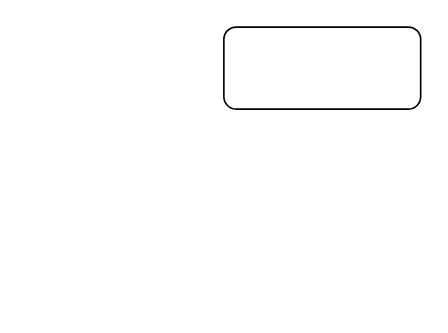
Above: Testing123.drawio in martinju/diagrams (draw.io), before the change. Source tidied: cells renumbered, new cells numbered last; positions are measured from the earlier drawing's top-left corner, leaving out a move shared by most shapes. Both pictures are drawn from the tidied source at 164%, with x=0, y=0 at pixel (223, 26).
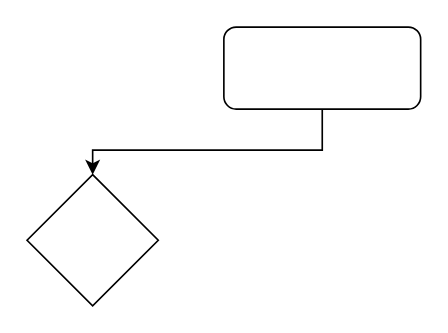
The same page after the edit.

Diff of the diagram source:
```diff
@@
 <mxGraphModel>
   <root>
     <mxCell id="0" />
     <mxCell id="1" parent="0" />
+    <mxCell id="3" style="edgeStyle=orthogonalEdgeStyle;rounded=0;jettySize=auto;html=1;" parent="1" edge="1" source="2" target="4">
+      <mxGeometry relative="1" as="geometry">
+        <Array as="points">
+          <mxPoint x="60" y="75" />
+          <mxPoint x="-80" y="75" />
+        </Array>
+      </mxGeometry>
+    </mxCell>
     <mxCell id="2" style="rounded=1;whiteSpace=wrap;html=1;" parent="1" vertex="1">
       <mxGeometry width="120" height="50" as="geometry" />
     </mxCell>
+    <mxCell id="4" style="rhombus;whiteSpace=wrap;html=1;" parent="1" vertex="1">
+      <mxGeometry x="-120" y="90" width="80" height="80" as="geometry" />
+    </mxCell>
   </root>
 </mxGraphModel>
```
